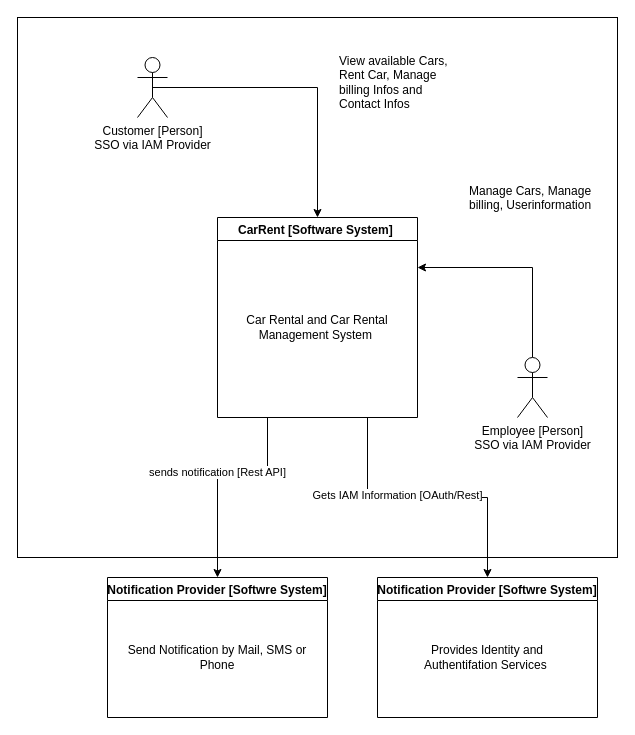
Above: docs/drawio/C4-Contetxt.drawio in remoraschle/CarRent (draw.io), before the change. Source tidied: cells renumbered, new cells numbered last; positions are measured from the earlier drawing's top-left corner, leaving out a move shared by most shapes. Both pictures are drawn from the tidied source at 100%, with x=0, y=0 at pixel (17, 17).
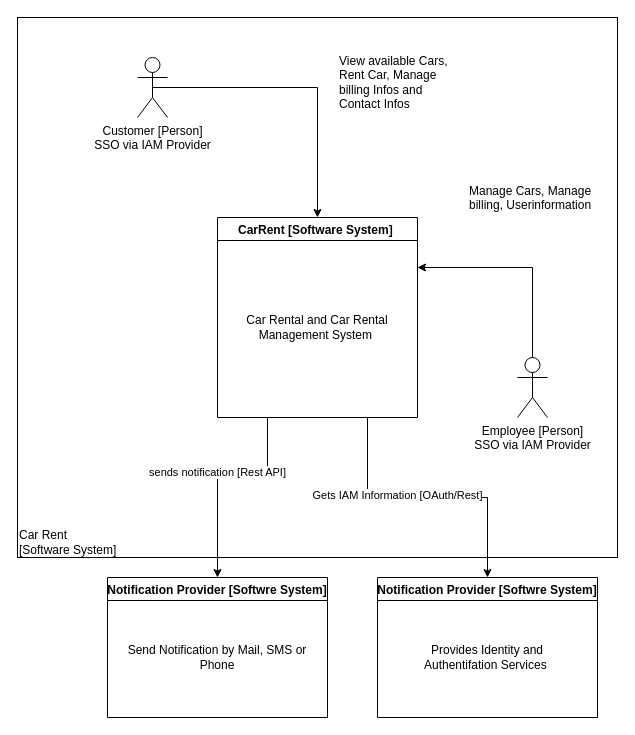
The same diagram, later.

Change to the diagram source:
```diff
@@
+    <mxCell id="18" value="Car Rent &lt;br&gt;[Software System]" style="text;html=1;strokeColor=none;fillColor=none;align=left;verticalAlign=middle;whiteSpace=wrap;rounded=0;" parent="1" vertex="1">
+      <mxGeometry y="510" width="130" height="30" as="geometry" />
+    </mxCell>
```
